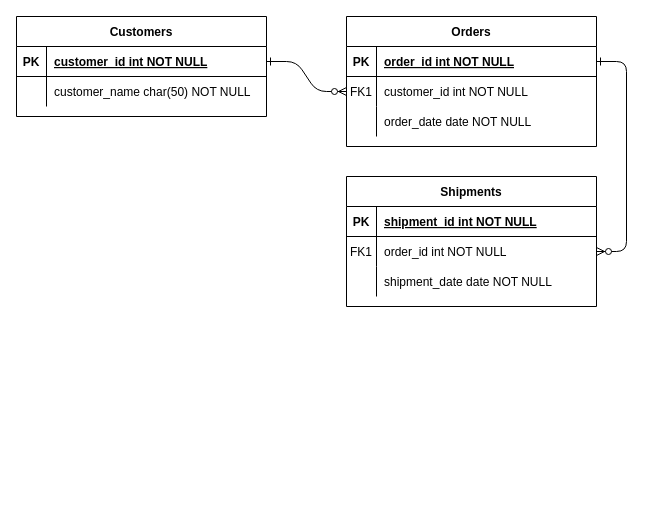
This is contactPad.drawio from Pomile/ContactPad-Backend, a draw.io file, before an edit. Source tidied: cells renumbered, new cells numbered last; positions are measured from the earlier drawing's top-left corner, leaving out a move shared by most shapes. Both pictures are drawn from the tidied source at 100%, with x=0, y=0 at pixel (16, 16).
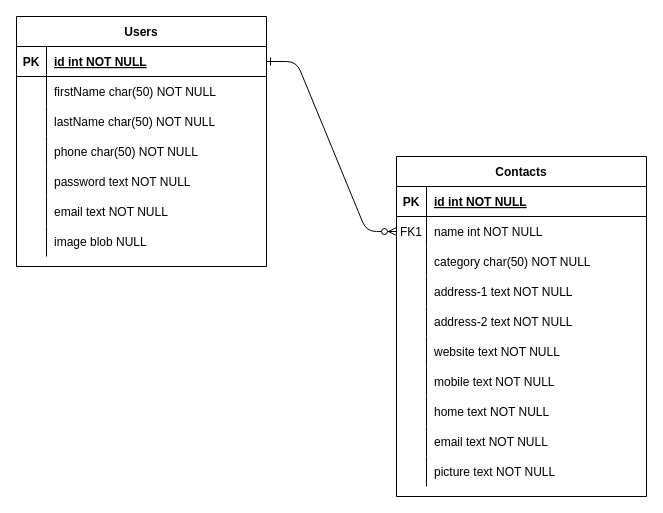
Above is the later version.

The change refers to these unchanged cells:
```xml
<mxCell id="5" style="shape=partialRectangle;fillColor=none;points=[[0,0.5],[1,0.5]];portConstraint=eastwest;top=0;left=0;right=0;bottom=1;" parent="4" vertex="1">
  <mxGeometry y="30" width="250" height="30" as="geometry" />
</mxCell>
<mxCell id="8" style="shape=partialRectangle;fillColor=none;points=[[0,0.5],[1,0.5]];portConstraint=eastwest;top=0;left=0;right=0;bottom=0;" parent="4" vertex="1">
  <mxGeometry y="60" width="250" height="30" as="geometry" />
</mxCell>
<mxCell id="11" style="shape=partialRectangle;fillColor=none;top=0;left=0;right=0;bottom=0;" parent="4" vertex="1">
  <mxGeometry y="90" width="250" height="30" as="geometry" />
</mxCell>
<mxCell id="25" style="shape=partialRectangle;fillColor=none;points=[[0,0.5],[1,0.5]];portConstraint=eastwest;top=0;left=0;right=0;bottom=1;" parent="24" vertex="1">
  <mxGeometry y="30" width="250" height="30" as="geometry" />
</mxCell>
<mxCell id="28" style="shape=partialRectangle;fillColor=none;top=0;left=0;right=0;bottom=0;" parent="24" vertex="1">
  <mxGeometry y="60" width="250" height="30" as="geometry" />
</mxCell>
```

Diff of the diagram source:
```diff
@@
-    <mxCell id="3" style="edgeStyle=entityRelationEdgeStyle;endArrow=ERzeroToMany;startArrow=ERone;endFill=1;startFill=0;" parent="1" edge="1" source="5" target="18">
-      <mxGeometry relative="1" as="geometry" />
-    </mxCell>
-    <mxCell id="4" value="Orders" style="shape=table;startSize=30;childLayout=tableLayout;rowLines=0;fontStyle=1;align=center;" parent="1" vertex="1">
-      <mxGeometry x="330" width="250" height="130" as="geometry" />
+    <mxCell id="4" value="Contacts" style="shape=table;startSize=30;childLayout=tableLayout;rowLines=0;fontStyle=1;align=center;" parent="1" vertex="1">
+      <mxGeometry x="380" y="140" width="250" height="340" as="geometry" />
     </mxCell>
@@
-    <mxCell id="7" value="order_id int NOT NULL " style="shape=partialRectangle;overflow=hidden;fillColor=none;top=0;left=0;bottom=0;right=0;align=left;spacingLeft=6;fontStyle=5;" parent="5" vertex="1">
+    <mxCell id="7" value="id int NOT NULL " style="shape=partialRectangle;overflow=hidden;fillColor=none;top=0;left=0;bottom=0;right=0;align=left;spacingLeft=6;fontStyle=5;" parent="5" vertex="1">
       <mxGeometry x="30" width="220" height="30" as="geometry" />
     </mxCell>
@@
-    <mxCell id="10" value="customer_id int NOT NULL" style="shape=partialRectangle;overflow=hidden;fillColor=none;top=0;left=0;bottom=0;right=0;align=left;spacingLeft=6;" parent="8" vertex="1">
+    <mxCell id="10" value="name int NOT NULL" style="shape=partialRectangle;overflow=hidden;fillColor=none;top=0;left=0;bottom=0;right=0;align=left;spacingLeft=6;" parent="8" vertex="1">
       <mxGeometry x="30" width="220" height="30" as="geometry" />
     </mxCell>
@@
-    <mxCell id="13" value="order_date date NOT NULL" style="shape=partialRectangle;overflow=hidden;fillColor=none;top=0;left=0;bottom=0;right=0;align=left;spacingLeft=6;" parent="11" vertex="1">
+    <mxCell id="13" value="category char(50) NOT NULL" style="shape=partialRectangle;overflow=hidden;fillColor=none;top=0;left=0;bottom=0;right=0;align=left;spacingLeft=6;" parent="11" vertex="1">
       <mxGeometry x="30" width="220" height="30" as="geometry" />
     </mxCell>
-    <mxCell id="14" value="Shipments" style="shape=table;startSize=30;childLayout=tableLayout;rowLines=0;fontStyle=1;align=center;" parent="1" vertex="1">
-      <mxGeometry x="330" y="160" width="250" height="130" as="geometry" />
-    </mxCell>
-    <mxCell id="15" style="shape=partialRectangle;fillColor=none;top=0;left=0;right=0;bottom=1;" parent="14" vertex="1">
-      <mxGeometry y="30" width="250" height="30" as="geometry" />
-    </mxCell>
-    <mxCell id="16" value="PK" style="shape=partialRectangle;overflow=hidden;fillColor=none;top=0;left=0;bottom=0;right=0;fontStyle=1;" parent="15" vertex="1">
-      <mxGeometry width="30" height="30" as="geometry" />
-    </mxCell>
-    <mxCell id="17" value="shipment_id int NOT NULL " style="shape=partialRectangle;overflow=hidden;fillColor=none;top=0;left=0;bottom=0;right=0;align=left;spacingLeft=6;fontStyle=5;" parent="15" vertex="1">
-      <mxGeometry x="30" width="220" height="30" as="geometry" />
-    </mxCell>
-    <mxCell id="18" style="shape=partialRectangle;fillColor=none;points=[[0,0.5],[1,0.5]];portConstraint=eastwest;top=0;left=0;right=0;bottom=0;" parent="14" vertex="1">
-      <mxGeometry y="60" width="250" height="30" as="geometry" />
-    </mxCell>
-    <mxCell id="19" value="FK1" style="shape=partialRectangle;overflow=hidden;fillColor=none;top=0;left=0;bottom=0;right=0;" parent="18" vertex="1">
-      <mxGeometry width="30" height="30" as="geometry" />
-    </mxCell>
-    <mxCell id="20" value="order_id int NOT NULL" style="shape=partialRectangle;overflow=hidden;fillColor=none;top=0;left=0;bottom=0;right=0;align=left;spacingLeft=6;" parent="18" vertex="1">
-      <mxGeometry x="30" width="220" height="30" as="geometry" />
-    </mxCell>
-    <mxCell id="21" style="shape=partialRectangle;fillColor=none;top=0;left=0;right=0;bottom=0;" parent="14" vertex="1">
-      <mxGeometry y="90" width="250" height="30" as="geometry" />
-    </mxCell>
-    <mxCell id="22" style="shape=partialRectangle;overflow=hidden;fillColor=none;top=0;left=0;bottom=0;right=0;" parent="21" vertex="1">
-      <mxGeometry width="30" height="30" as="geometry" />
-    </mxCell>
-    <mxCell id="23" value="shipment_date date NOT NULL" style="shape=partialRectangle;overflow=hidden;fillColor=none;top=0;left=0;bottom=0;right=0;align=left;spacingLeft=6;" parent="21" vertex="1">
-      <mxGeometry x="30" width="220" height="30" as="geometry" />
-    </mxCell>
+    <mxCell id="31" style="shape=partialRectangle;fillColor=none;top=0;left=0;right=0;bottom=0;" parent="4" vertex="1">
+      <mxGeometry y="120" width="250" height="30" as="geometry" />
+    </mxCell>
+    <mxCell id="32" style="shape=partialRectangle;overflow=hidden;fillColor=none;top=0;left=0;bottom=0;right=0;" parent="31" vertex="1">
+      <mxGeometry width="30" height="30" as="geometry" />
+    </mxCell>
+    <mxCell id="33" value="address-1 text NOT NULL" style="shape=partialRectangle;overflow=hidden;fillColor=none;top=0;left=0;bottom=0;right=0;align=left;spacingLeft=6;" parent="31" vertex="1">
+      <mxGeometry x="30" width="220" height="30" as="geometry" />
+    </mxCell>
+    <mxCell id="34" style="shape=partialRectangle;fillColor=none;top=0;left=0;right=0;bottom=0;" parent="4" vertex="1">
+      <mxGeometry y="150" width="250" height="30" as="geometry" />
+    </mxCell>
+    <mxCell id="35" style="shape=partialRectangle;overflow=hidden;fillColor=none;top=0;left=0;bottom=0;right=0;" parent="34" vertex="1">
+      <mxGeometry width="30" height="30" as="geometry" />
+    </mxCell>
+    <mxCell id="36" value="address-2 text NOT NULL" style="shape=partialRectangle;overflow=hidden;fillColor=none;top=0;left=0;bottom=0;right=0;align=left;spacingLeft=6;" parent="34" vertex="1">
+      <mxGeometry x="30" width="220" height="30" as="geometry" />
+    </mxCell>
+    <mxCell id="37" style="shape=partialRectangle;fillColor=none;top=0;left=0;right=0;bottom=0;" parent="4" vertex="1">
+      <mxGeometry y="180" width="250" height="30" as="geometry" />
+    </mxCell>
+    <mxCell id="38" style="shape=partialRectangle;overflow=hidden;fillColor=none;top=0;left=0;bottom=0;right=0;" parent="37" vertex="1">
+      <mxGeometry width="30" height="30" as="geometry" />
+    </mxCell>
+    <mxCell id="39" value="website text NOT NULL" style="shape=partialRectangle;overflow=hidden;fillColor=none;top=0;left=0;bottom=0;right=0;align=left;spacingLeft=6;" parent="37" vertex="1">
+      <mxGeometry x="30" width="220" height="30" as="geometry" />
+    </mxCell>
+    <mxCell id="40" style="shape=partialRectangle;fillColor=none;top=0;left=0;right=0;bottom=0;" parent="4" vertex="1">
+      <mxGeometry y="210" width="250" height="30" as="geometry" />
+    </mxCell>
+    <mxCell id="41" style="shape=partialRectangle;overflow=hidden;fillColor=none;top=0;left=0;bottom=0;right=0;" parent="40" vertex="1">
+      <mxGeometry width="30" height="30" as="geometry" />
+    </mxCell>
+    <mxCell id="42" value="mobile text NOT NULL" style="shape=partialRectangle;overflow=hidden;fillColor=none;top=0;left=0;bottom=0;right=0;align=left;spacingLeft=6;" parent="40" vertex="1">
+      <mxGeometry x="30" width="220" height="30" as="geometry" />
+    </mxCell>
+    <mxCell id="43" style="shape=partialRectangle;fillColor=none;top=0;left=0;right=0;bottom=0;" parent="4" vertex="1">
+      <mxGeometry y="240" width="250" height="30" as="geometry" />
+    </mxCell>
+    <mxCell id="44" style="shape=partialRectangle;overflow=hidden;fillColor=none;top=0;left=0;bottom=0;right=0;" parent="43" vertex="1">
+      <mxGeometry width="30" height="30" as="geometry" />
+    </mxCell>
+    <mxCell id="45" value="home text NOT NULL" style="shape=partialRectangle;overflow=hidden;fillColor=none;top=0;left=0;bottom=0;right=0;align=left;spacingLeft=6;" parent="43" vertex="1">
+      <mxGeometry x="30" width="220" height="30" as="geometry" />
+    </mxCell>
+    <mxCell id="46" style="shape=partialRectangle;fillColor=none;top=0;left=0;right=0;bottom=0;" parent="4" vertex="1">
+      <mxGeometry y="270" width="250" height="30" as="geometry" />
+    </mxCell>
+    <mxCell id="47" style="shape=partialRectangle;overflow=hidden;fillColor=none;top=0;left=0;bottom=0;right=0;" parent="46" vertex="1">
+      <mxGeometry width="30" height="30" as="geometry" />
+    </mxCell>
+    <mxCell id="48" value="email text NOT NULL" style="shape=partialRectangle;overflow=hidden;fillColor=none;top=0;left=0;bottom=0;right=0;align=left;spacingLeft=6;" parent="46" vertex="1">
+      <mxGeometry x="30" width="220" height="30" as="geometry" />
+    </mxCell>
+    <mxCell id="49" style="shape=partialRectangle;fillColor=none;top=0;left=0;right=0;bottom=0;" parent="4" vertex="1">
+      <mxGeometry y="300" width="250" height="30" as="geometry" />
+    </mxCell>
+    <mxCell id="50" style="shape=partialRectangle;overflow=hidden;fillColor=none;top=0;left=0;bottom=0;right=0;" parent="49" vertex="1">
+      <mxGeometry width="30" height="30" as="geometry" />
+    </mxCell>
+    <mxCell id="51" value="picture text NOT NULL" style="shape=partialRectangle;overflow=hidden;fillColor=none;top=0;left=0;bottom=0;right=0;align=left;spacingLeft=6;" parent="49" vertex="1">
+      <mxGeometry x="30" width="220" height="30" as="geometry" />
+    </mxCell>
-    <mxCell id="24" value="Customers" style="shape=table;startSize=30;childLayout=tableLayout;rowLines=0;fontStyle=1;align=center;" parent="1" vertex="1">
-      <mxGeometry width="250" height="100" as="geometry" />
+    <mxCell id="24" value="Users" style="shape=table;startSize=30;childLayout=tableLayout;rowLines=0;fontStyle=1;align=center;" parent="1" vertex="1">
+      <mxGeometry width="250" height="250" as="geometry" />
     </mxCell>
@@
-    <mxCell id="27" value="customer_id int NOT NULL " style="shape=partialRectangle;overflow=hidden;fillColor=none;top=0;left=0;bottom=0;right=0;align=left;spacingLeft=6;fontStyle=5;" parent="25" vertex="1">
+    <mxCell id="27" value="id int NOT NULL " style="shape=partialRectangle;overflow=hidden;fillColor=none;top=0;left=0;bottom=0;right=0;align=left;spacingLeft=6;fontStyle=5;" parent="25" vertex="1">
       <mxGeometry x="30" width="220" height="30" as="geometry" />
     </mxCell>
@@
-    <mxCell id="30" value="customer_name char(50) NOT NULL" style="shape=partialRectangle;overflow=hidden;fillColor=none;top=0;left=0;bottom=0;right=0;align=left;spacingLeft=6;" parent="28" vertex="1">
+    <mxCell id="30" value="firstName char(50) NOT NULL" style="shape=partialRectangle;overflow=hidden;fillColor=none;top=0;left=0;bottom=0;right=0;align=left;spacingLeft=6;" parent="28" vertex="1">
       <mxGeometry x="30" width="220" height="30" as="geometry" />
     </mxCell>
+    <mxCell id="21" style="shape=partialRectangle;fillColor=none;top=0;left=0;right=0;bottom=0;" parent="24" vertex="1">
+      <mxGeometry y="90" width="250" height="30" as="geometry" />
+    </mxCell>
+    <mxCell id="52" style="shape=partialRectangle;overflow=hidden;fillColor=none;top=0;left=0;bottom=0;right=0;" parent="21" vertex="1">
+      <mxGeometry width="30" height="30" as="geometry" />
+    </mxCell>
+    <mxCell id="53" value="lastName char(50) NOT NULL" style="shape=partialRectangle;overflow=hidden;fillColor=none;top=0;left=0;bottom=0;right=0;align=left;spacingLeft=6;" parent="21" vertex="1">
+      <mxGeometry x="30" width="220" height="30" as="geometry" />
+    </mxCell>
+    <mxCell id="54" style="shape=partialRectangle;fillColor=none;top=0;left=0;right=0;bottom=0;" parent="24" vertex="1">
+      <mxGeometry y="120" width="250" height="30" as="geometry" />
+    </mxCell>
+    <mxCell id="55" style="shape=partialRectangle;overflow=hidden;fillColor=none;top=0;left=0;bottom=0;right=0;" parent="54" vertex="1">
+      <mxGeometry width="30" height="30" as="geometry" />
+    </mxCell>
+    <mxCell id="56" value="phone char(50) NOT NULL" style="shape=partialRectangle;overflow=hidden;fillColor=none;top=0;left=0;bottom=0;right=0;align=left;spacingLeft=6;" parent="54" vertex="1">
+      <mxGeometry x="30" width="220" height="30" as="geometry" />
+    </mxCell>
+    <mxCell id="57" style="shape=partialRectangle;fillColor=none;top=0;left=0;right=0;bottom=0;" parent="24" vertex="1">
+      <mxGeometry y="150" width="250" height="30" as="geometry" />
+    </mxCell>
+    <mxCell id="58" style="shape=partialRectangle;overflow=hidden;fillColor=none;top=0;left=0;bottom=0;right=0;" parent="57" vertex="1">
+      <mxGeometry width="30" height="30" as="geometry" />
+    </mxCell>
+    <mxCell id="59" value="password text NOT NULL" style="shape=partialRectangle;overflow=hidden;fillColor=none;top=0;left=0;bottom=0;right=0;align=left;spacingLeft=6;" parent="57" vertex="1">
+      <mxGeometry x="30" width="220" height="30" as="geometry" />
+    </mxCell>
+    <mxCell id="60" style="shape=partialRectangle;fillColor=none;top=0;left=0;right=0;bottom=0;" parent="24" vertex="1">
+      <mxGeometry y="180" width="250" height="30" as="geometry" />
+    </mxCell>
+    <mxCell id="61" style="shape=partialRectangle;overflow=hidden;fillColor=none;top=0;left=0;bottom=0;right=0;" parent="60" vertex="1">
+      <mxGeometry width="30" height="30" as="geometry" />
+    </mxCell>
+    <mxCell id="62" value="email text NOT NULL" style="shape=partialRectangle;overflow=hidden;fillColor=none;top=0;left=0;bottom=0;right=0;align=left;spacingLeft=6;" parent="60" vertex="1">
+      <mxGeometry x="30" width="220" height="30" as="geometry" />
+    </mxCell>
+    <mxCell id="63" style="shape=partialRectangle;fillColor=none;top=0;left=0;right=0;bottom=0;" parent="24" vertex="1">
+      <mxGeometry y="210" width="250" height="30" as="geometry" />
+    </mxCell>
+    <mxCell id="64" style="shape=partialRectangle;overflow=hidden;fillColor=none;top=0;left=0;bottom=0;right=0;" parent="63" vertex="1">
+      <mxGeometry width="30" height="30" as="geometry" />
+    </mxCell>
+    <mxCell id="65" value="image blob NULL" style="shape=partialRectangle;overflow=hidden;fillColor=none;top=0;left=0;bottom=0;right=0;align=left;spacingLeft=6;" parent="63" vertex="1">
+      <mxGeometry x="30" width="220" height="30" as="geometry" />
+    </mxCell>
```
